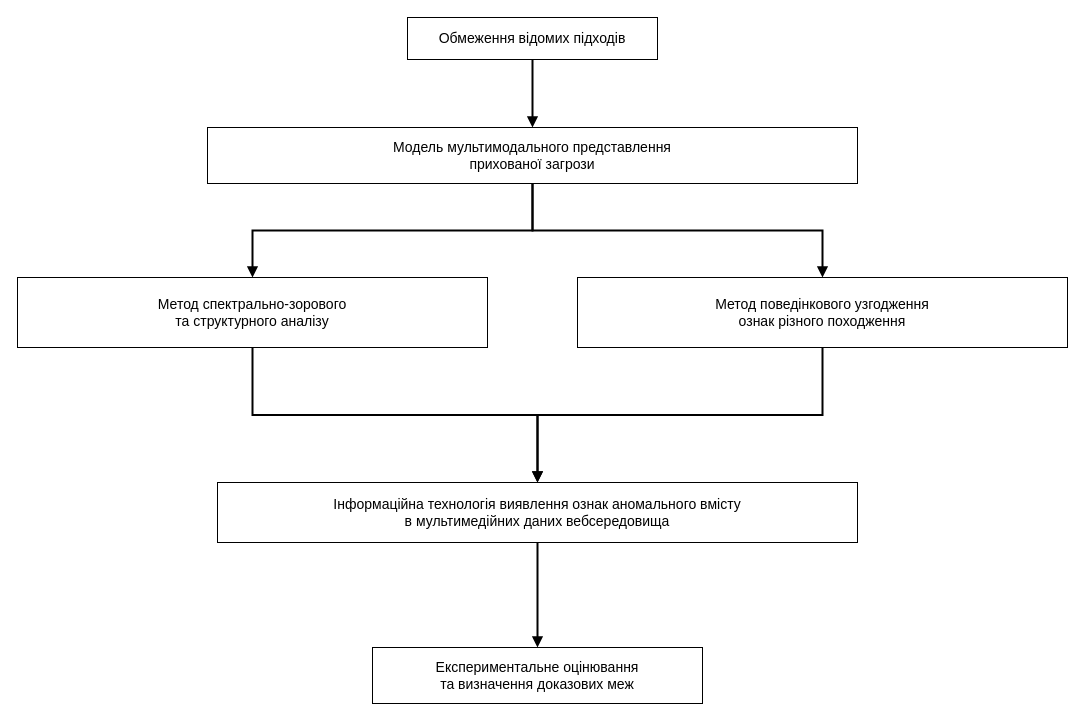
Before: title/figures_drawio/fig_1_3_research_logic.drawio in oleksandrmelnychenko/dima-phd, a draw.io diagram. Source tidied: cells renumbered, new cells numbered last; positions are measured from the earlier drawing's top-left corner, leaving out a move shared by most shapes. Both pictures are drawn from the tidied source at 100%, with x=0, y=0 at pixel (17, 17).
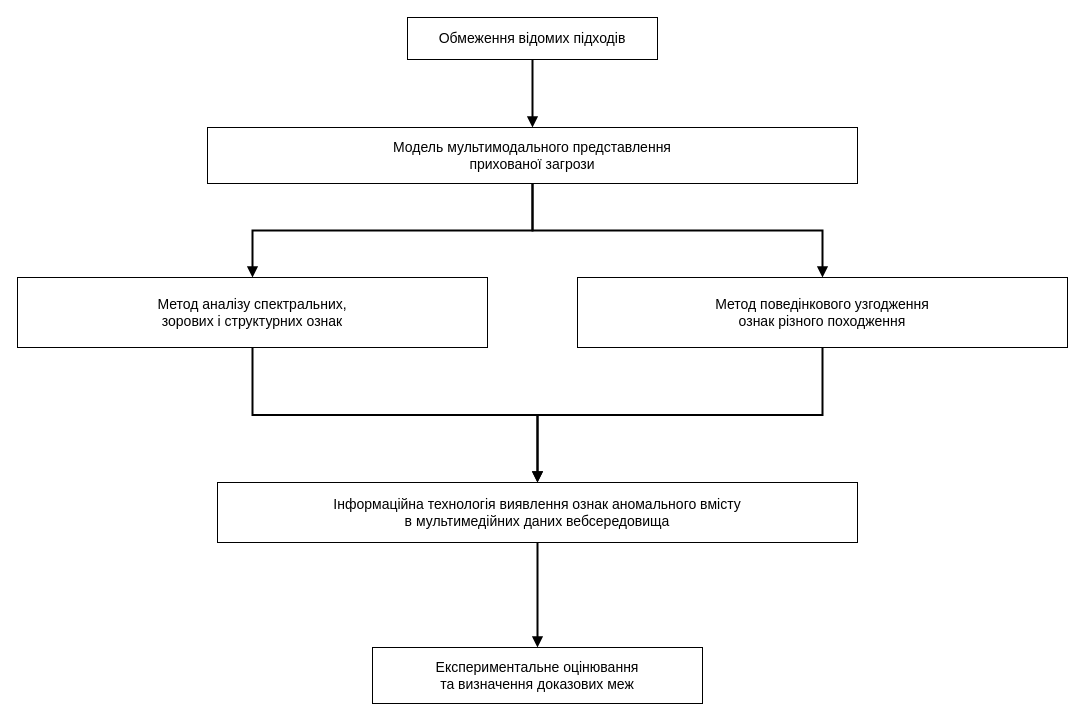
The same diagram, later.

Diff of the diagram source:
```diff
@@
 <mxGraphModel>
   <root>
     <mxCell id="0" />
     <mxCell id="1" parent="0" />
     <mxCell id="2" value="Обмеження відомих підходів" style="rounded=0;whiteSpace=wrap;html=1;fillColor=#ffffff;strokeColor=#000000;fontColor=#000000;fontSize=14;align=center;verticalAlign=middle;spacing=4;" parent="1" vertex="1">
       <mxGeometry x="390" width="250" height="42" as="geometry" />
     </mxCell>
     <mxCell id="3" value="Модель мультимодального представлення&lt;br&gt;прихованої загрози" style="rounded=0;whiteSpace=wrap;html=1;fillColor=#ffffff;strokeColor=#000000;fontColor=#000000;fontSize=14;align=center;verticalAlign=middle;spacing=4;" parent="1" vertex="1">
       <mxGeometry x="190" y="110" width="650" height="56" as="geometry" />
     </mxCell>
-    <mxCell id="4" value="Метод спектрально-зорового&lt;br&gt;та структурного аналізу" style="rounded=0;whiteSpace=wrap;html=1;fillColor=#ffffff;strokeColor=#000000;fontColor=#000000;fontSize=14;align=center;verticalAlign=middle;spacing=4;" parent="1" vertex="1">
+    <mxCell id="4" value="Метод аналізу спектральних,&lt;br&gt;зорових і структурних ознак" style="rounded=0;whiteSpace=wrap;html=1;fillColor=#ffffff;strokeColor=#000000;fontColor=#000000;fontSize=14;align=center;verticalAlign=middle;spacing=4;" parent="1" vertex="1">
       <mxGeometry y="260" width="470" height="70" as="geometry" />
     </mxCell>
     <mxCell id="5" value="Метод поведінкового узгодження&lt;br&gt;ознак різного походження" style="rounded=0;whiteSpace=wrap;html=1;fillColor=#ffffff;strokeColor=#000000;fontColor=#000000;fontSize=14;align=center;verticalAlign=middle;spacing=4;" parent="1" vertex="1">
       <mxGeometry x="560" y="260" width="490" height="70" as="geometry" />
     </mxCell>
     <mxCell id="6" value="Інформаційна технологія виявлення ознак аномального вмісту&lt;br&gt;в мультимедійних даних вебсередовища" style="rounded=0;whiteSpace=wrap;html=1;fillColor=#ffffff;strokeColor=#000000;fontColor=#000000;fontSize=14;align=center;verticalAlign=middle;spacing=4;" parent="1" vertex="1">
       <mxGeometry x="200" y="465" width="640" height="60" as="geometry" />
     </mxCell>
     <mxCell id="7" value="Експериментальне оцінювання&lt;br&gt;та визначення доказових меж" style="rounded=0;whiteSpace=wrap;html=1;fillColor=#ffffff;strokeColor=#000000;fontColor=#000000;fontSize=14;align=center;verticalAlign=middle;spacing=4;" parent="1" vertex="1">
       <mxGeometry x="355" y="630" width="330" height="56" as="geometry" />
     </mxCell>
     <mxCell id="8" style="edgeStyle=orthogonalEdgeStyle;rounded=0;jettySize=auto;html=1;endArrow=block;endFill=1;strokeColor=#000000;strokeWidth=2;" parent="1" edge="1" source="2" target="3">
       <mxGeometry relative="1" as="geometry" />
     </mxCell>
     <mxCell id="9" style="edgeStyle=orthogonalEdgeStyle;rounded=0;jettySize=auto;html=1;endArrow=block;endFill=1;strokeColor=#000000;strokeWidth=2;" parent="1" edge="1" source="3" target="4">
       <mxGeometry relative="1" as="geometry" />
     </mxCell>
     <mxCell id="10" style="edgeStyle=orthogonalEdgeStyle;rounded=0;jettySize=auto;html=1;endArrow=block;endFill=1;strokeColor=#000000;strokeWidth=2;" parent="1" edge="1" source="3" target="5">
       <mxGeometry relative="1" as="geometry" />
     </mxCell>
     <mxCell id="11" style="edgeStyle=orthogonalEdgeStyle;rounded=0;jettySize=auto;html=1;endArrow=block;endFill=1;strokeColor=#000000;strokeWidth=2;" parent="1" edge="1" source="4" target="6">
       <mxGeometry relative="1" as="geometry" />
     </mxCell>
     <mxCell id="12" style="edgeStyle=orthogonalEdgeStyle;rounded=0;jettySize=auto;html=1;endArrow=block;endFill=1;strokeColor=#000000;strokeWidth=2;" parent="1" edge="1" source="5" target="6">
       <mxGeometry relative="1" as="geometry" />
     </mxCell>
     <mxCell id="13" style="edgeStyle=orthogonalEdgeStyle;rounded=0;jettySize=auto;html=1;endArrow=block;endFill=1;strokeColor=#000000;strokeWidth=2;" parent="1" edge="1" source="6" target="7">
       <mxGeometry relative="1" as="geometry" />
     </mxCell>
   </root>
 </mxGraphModel>
```
